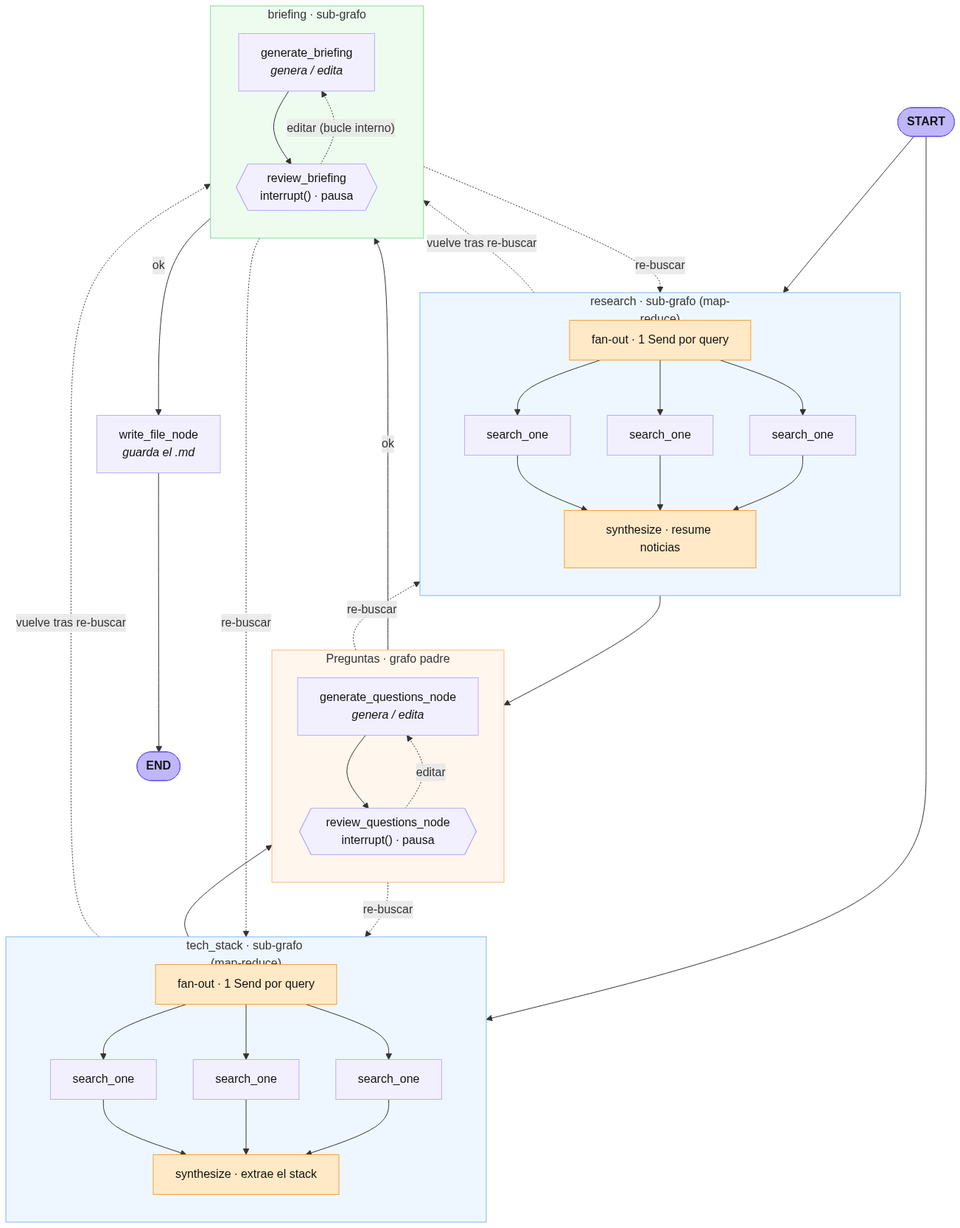
JorgePulgar/interview-preparation-agent keeps this Mermaid diagram as graph.png. Above is the earlier version. Its source is kept beside it as graph.mmd.
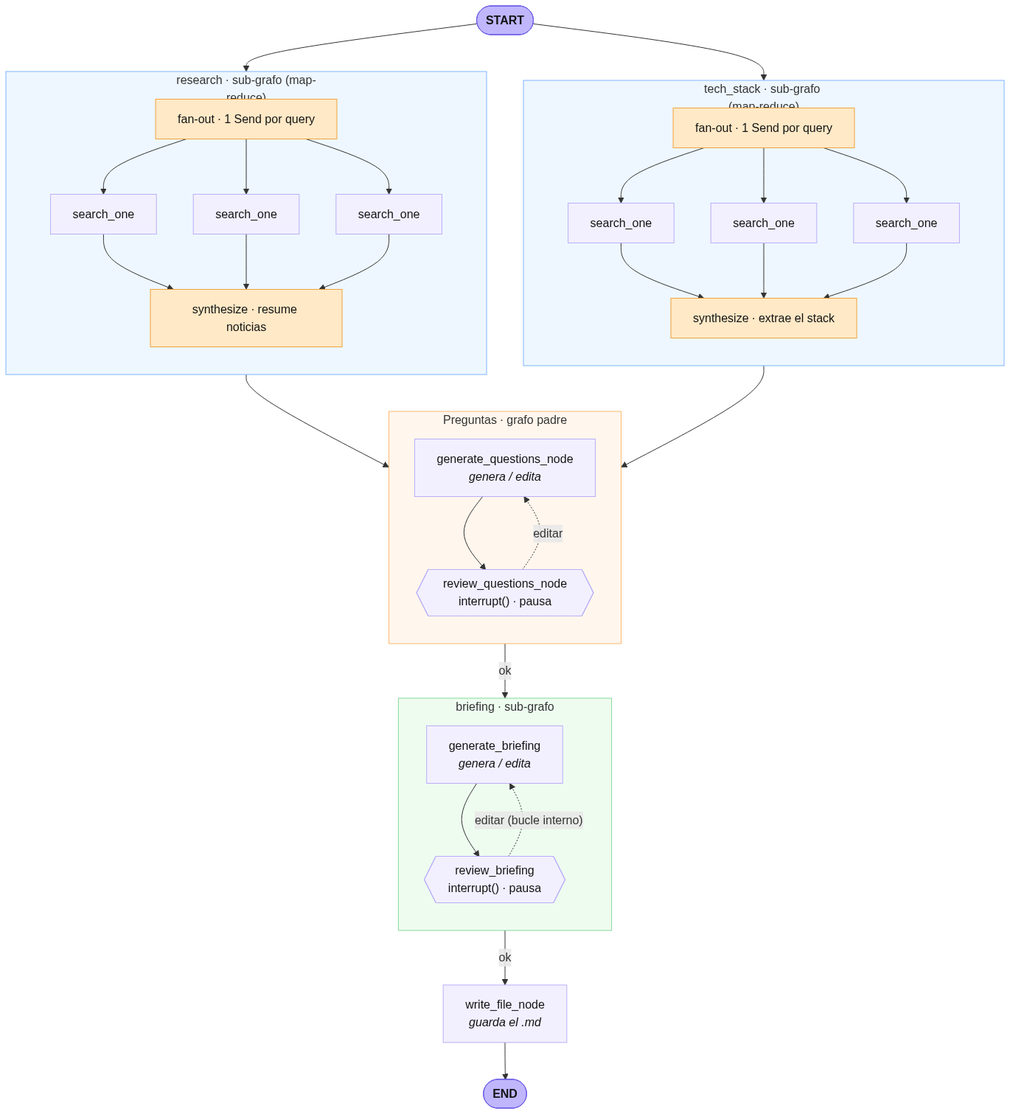
The same file after the commit.

Commit message:
fix(docs): clean vertical diagram layout by dropping re-search back-edges

Diff of the diagram source:
```diff
@@ -48,13 +48,6 @@
     BRF -- "ok" --> write
     write --> DONE
 
-    QST -. "re-buscar" .-> RES
-    QST -. "re-buscar" .-> TEC
-    BRF -. "re-buscar" .-> RES
-    BRF -. "re-buscar" .-> TEC
-    RES -. "vuelve tras re-buscar" .-> BRF
-    TEC -. "vuelve tras re-buscar" .-> BRF
-
     classDef se fill:#bfb6fc,stroke:#6c5ce7,color:#111,font-weight:bold;
     classDef default fill:#f2f0ff,stroke:#b9aef7,color:#111;
     classDef map fill:#ffe9c7,stroke:#f0a23b,color:#111;
```
